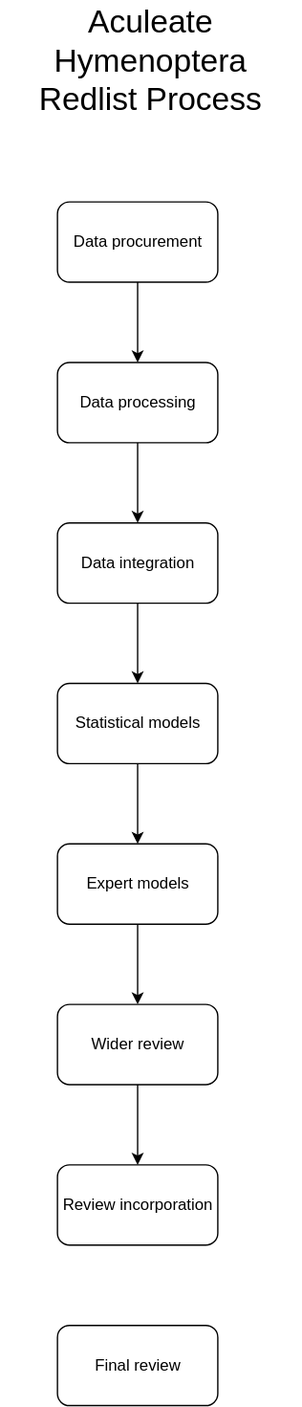
Above: diagrams/process_pipeline.drawio.svg in Edwards-R/redlist_docs (draw.io), before the change. Source tidied: cells renumbered, new cells last; positions are measured from the earlier drawing's top-left corner, leaving out a move shared by most shapes. Source of this version:
```xml
<mxGraphModel>
  <root>
    <mxCell id="0" />
    <mxCell id="1" parent="0" />
    <mxCell id="2" style="edgeStyle=orthogonalEdgeStyle;rounded=0;jettySize=auto;html=1;entryX=0.5;entryY=0;entryDx=0;entryDy=0;" parent="1" edge="1" source="3" target="5">
      <mxGeometry relative="1" as="geometry" />
    </mxCell>
    <mxCell id="3" value="Data procurement" style="rounded=1;whiteSpace=wrap;html=1;" parent="1" vertex="1">
      <mxGeometry x="42.5" y="150" width="120" height="60" as="geometry" />
    </mxCell>
    <mxCell id="4" style="edgeStyle=orthogonalEdgeStyle;rounded=0;jettySize=auto;html=1;entryX=0.5;entryY=0;entryDx=0;entryDy=0;" parent="1" edge="1" source="5" target="7">
      <mxGeometry relative="1" as="geometry" />
    </mxCell>
    <mxCell id="5" value="Data processing" style="rounded=1;whiteSpace=wrap;html=1;" parent="1" vertex="1">
      <mxGeometry x="42.5" y="270" width="120" height="60" as="geometry" />
    </mxCell>
    <mxCell id="6" style="edgeStyle=orthogonalEdgeStyle;rounded=0;jettySize=auto;html=1;" parent="1" edge="1" source="7" target="9">
      <mxGeometry relative="1" as="geometry" />
    </mxCell>
    <mxCell id="7" value="Data integration" style="rounded=1;whiteSpace=wrap;html=1;" parent="1" vertex="1">
      <mxGeometry x="42.5" y="390" width="120" height="60" as="geometry" />
    </mxCell>
    <mxCell id="8" style="edgeStyle=orthogonalEdgeStyle;rounded=0;jettySize=auto;html=1;entryX=0.5;entryY=0;entryDx=0;entryDy=0;" parent="1" edge="1" source="9" target="11">
      <mxGeometry relative="1" as="geometry" />
    </mxCell>
    <mxCell id="9" value="Statistical models" style="rounded=1;whiteSpace=wrap;html=1;" parent="1" vertex="1">
      <mxGeometry x="42.5" y="510" width="120" height="60" as="geometry" />
    </mxCell>
    <mxCell id="10" style="edgeStyle=orthogonalEdgeStyle;rounded=0;jettySize=auto;html=1;entryX=0.5;entryY=0;entryDx=0;entryDy=0;" parent="1" edge="1" source="11" target="13">
      <mxGeometry relative="1" as="geometry" />
    </mxCell>
    <mxCell id="11" value="Expert models" style="rounded=1;whiteSpace=wrap;html=1;" parent="1" vertex="1">
      <mxGeometry x="42.5" y="630" width="120" height="60" as="geometry" />
    </mxCell>
    <mxCell id="12" style="edgeStyle=orthogonalEdgeStyle;rounded=0;jettySize=auto;html=1;entryX=0.5;entryY=0;entryDx=0;entryDy=0;" parent="1" edge="1" source="13" target="14">
      <mxGeometry relative="1" as="geometry" />
    </mxCell>
    <mxCell id="13" value="Wider review" style="rounded=1;whiteSpace=wrap;html=1;" parent="1" vertex="1">
      <mxGeometry x="42.5" y="750" width="120" height="60" as="geometry" />
    </mxCell>
    <mxCell id="14" value="Review incorporation" style="rounded=1;whiteSpace=wrap;html=1;" parent="1" vertex="1">
      <mxGeometry x="42.5" y="870" width="120" height="60" as="geometry" />
    </mxCell>
    <mxCell id="15" value="Final review" style="rounded=1;whiteSpace=wrap;html=1;" parent="1" vertex="1">
      <mxGeometry x="42.5" y="990" width="120" height="60" as="geometry" />
    </mxCell>
    <mxCell id="16" value="Aculeate Hymenoptera Redlist Process" style="text;html=1;strokeColor=none;fillColor=none;align=center;verticalAlign=middle;whiteSpace=wrap;rounded=0;fontSize=24;" parent="1" vertex="1">
      <mxGeometry width="225" height="90" as="geometry" />
    </mxCell>
  </root>
</mxGraphModel>
```
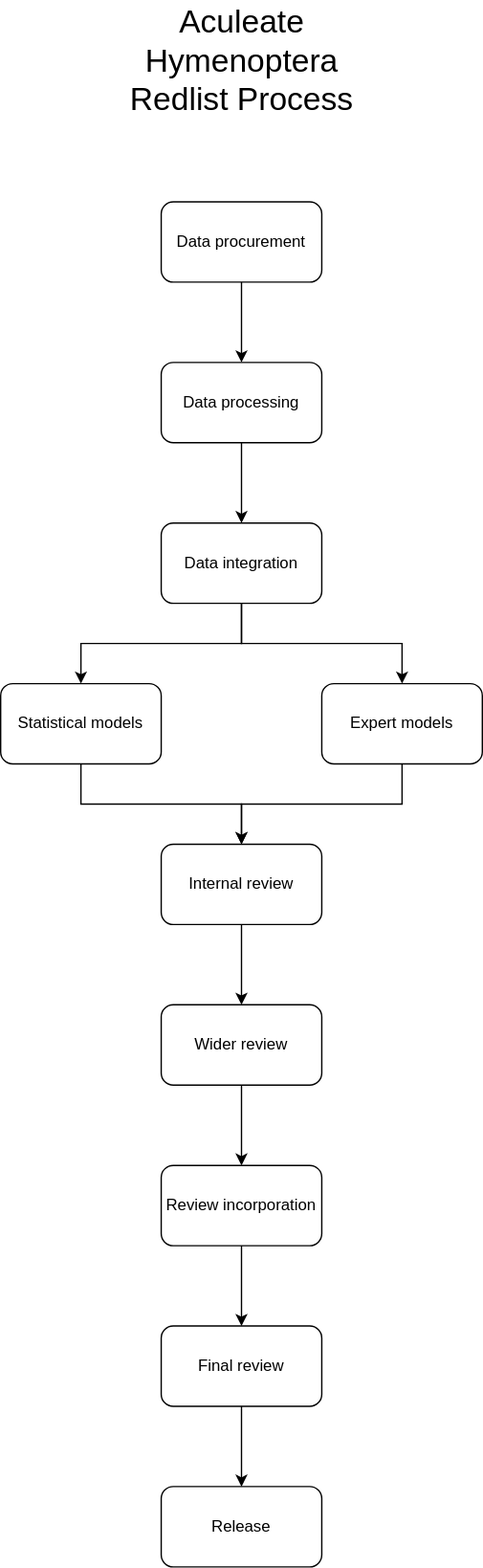
After the commit.

Diff of the diagram source:
```diff
@@ -24,12 +24,12 @@
       <mxGeometry relative="1" as="geometry" />
     </mxCell>
     <mxCell id="9" value="Statistical models" style="rounded=1;whiteSpace=wrap;html=1;" parent="1" vertex="1">
-      <mxGeometry x="42.5" y="510" width="120" height="60" as="geometry" />
+      <mxGeometry x="-77.5" y="510" width="120" height="60" as="geometry" />
     </mxCell>
     <mxCell id="10" style="edgeStyle=orthogonalEdgeStyle;rounded=0;jettySize=auto;html=1;entryX=0.5;entryY=0;entryDx=0;entryDy=0;" parent="1" edge="1" source="11" target="13">
       <mxGeometry relative="1" as="geometry" />
     </mxCell>
-    <mxCell id="11" value="Expert models" style="rounded=1;whiteSpace=wrap;html=1;" parent="1" vertex="1">
+    <mxCell id="11" value="Internal review" style="rounded=1;whiteSpace=wrap;html=1;" parent="1" vertex="1">
       <mxGeometry x="42.5" y="630" width="120" height="60" as="geometry" />
     </mxCell>
     <mxCell id="12" style="edgeStyle=orthogonalEdgeStyle;rounded=0;jettySize=auto;html=1;entryX=0.5;entryY=0;entryDx=0;entryDy=0;" parent="1" edge="1" source="13" target="14">
@@ -38,14 +38,32 @@
     <mxCell id="13" value="Wider review" style="rounded=1;whiteSpace=wrap;html=1;" parent="1" vertex="1">
       <mxGeometry x="42.5" y="750" width="120" height="60" as="geometry" />
     </mxCell>
+    <mxCell id="17" style="edgeStyle=none;html=1;entryX=0.5;entryY=0;entryDx=0;entryDy=0;" parent="1" edge="1" source="14" target="15">
+      <mxGeometry relative="1" as="geometry" />
+    </mxCell>
     <mxCell id="14" value="Review incorporation" style="rounded=1;whiteSpace=wrap;html=1;" parent="1" vertex="1">
       <mxGeometry x="42.5" y="870" width="120" height="60" as="geometry" />
     </mxCell>
+    <mxCell id="18" style="edgeStyle=none;html=1;entryX=0.5;entryY=0;entryDx=0;entryDy=0;" parent="1" edge="1" source="15" target="19">
+      <mxGeometry relative="1" as="geometry" />
+    </mxCell>
     <mxCell id="15" value="Final review" style="rounded=1;whiteSpace=wrap;html=1;" parent="1" vertex="1">
       <mxGeometry x="42.5" y="990" width="120" height="60" as="geometry" />
     </mxCell>
     <mxCell id="16" value="Aculeate Hymenoptera Redlist Process" style="text;html=1;strokeColor=none;fillColor=none;align=center;verticalAlign=middle;whiteSpace=wrap;rounded=0;fontSize=24;" parent="1" vertex="1">
-      <mxGeometry width="225" height="90" as="geometry" />
+      <mxGeometry x="-10" width="225" height="90" as="geometry" />
     </mxCell>
+    <mxCell id="19" value="Release" style="rounded=1;whiteSpace=wrap;html=1;" parent="1" vertex="1">
+      <mxGeometry x="42.5" y="1110" width="120" height="60" as="geometry" />
+    </mxCell>
+    <mxCell id="20" style="edgeStyle=orthogonalEdgeStyle;rounded=0;jettySize=auto;html=1;exitX=0.5;exitY=1;exitDx=0;exitDy=0;" parent="1" edge="1" source="7" target="22">
+      <mxGeometry relative="1" as="geometry" />
+    </mxCell>
+    <mxCell id="21" style="edgeStyle=orthogonalEdgeStyle;rounded=0;jettySize=auto;html=1;entryX=0.5;entryY=0;entryDx=0;entryDy=0;exitX=0.5;exitY=1;exitDx=0;exitDy=0;" parent="1" edge="1" source="22" target="11">
+      <mxGeometry relative="1" as="geometry" />
+    </mxCell>
+    <mxCell id="22" value="Expert models" style="rounded=1;whiteSpace=wrap;html=1;" parent="1" vertex="1">
+      <mxGeometry x="162.5" y="510" width="120" height="60" as="geometry" />
+    </mxCell>
   </root>
 </mxGraphModel>
```
